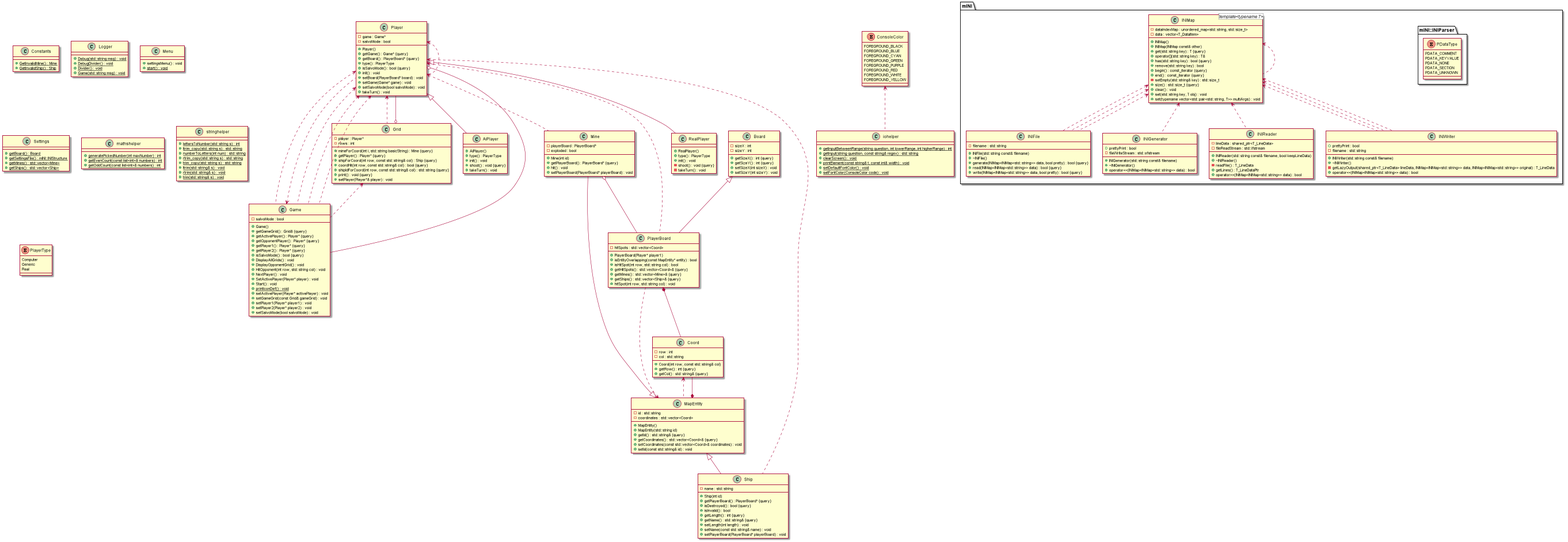
This is diagrams/uml.png from Alexr03/AdaShip, a PlantUML export, as it was before one commit.
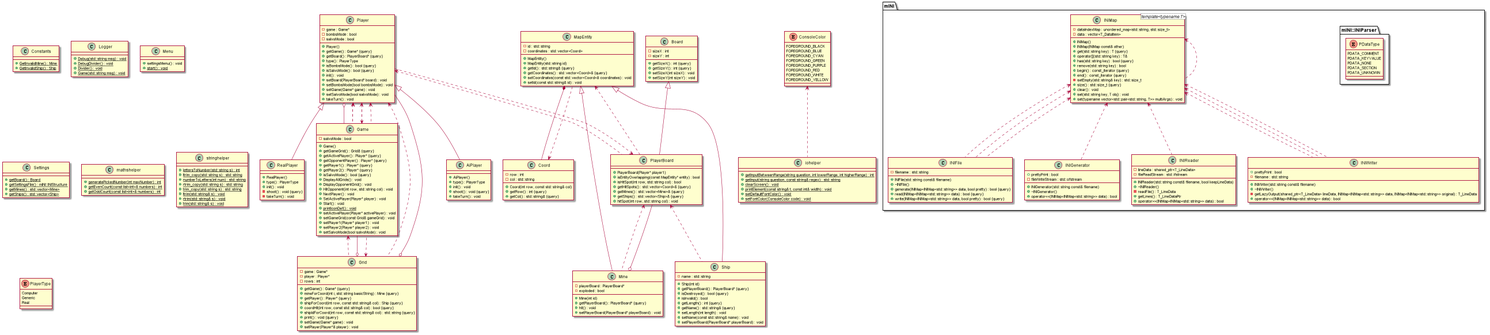
Later version of the same file.

Diff of the diagram source:
```diff
@@ -64,6 +64,8 @@
 
 
 class Grid {
+	-game : Game*
+	+getGame() : Game* {query}
 	+mineForCoord(int i, std::string basicString) : Mine {query}
 	+getPlayer() : Player* {query}
 	-player : Player*
@@ -72,6 +74,7 @@
 	-rows : int
 	+shipIdForCoord(int row, const std::string& col) : std::string {query}
 	+print() : void {query}
+	+setGame(Game* game) : void
 	+setPlayer(Player*& player) : void
 }
 
@@ -116,7 +119,6 @@
 	+PlayerBoard(Player* player1)
 	+isEntityOverlapping(const MapEntity* entity) : bool
 	+isHitSpot(int row, std::string col) : bool
-	-hitSpots : std::vector<Coord>
 	+getHitSpots() : std::vector<Coord>& {query}
 	+getMines() : std::vector<Mine>& {query}
 	+getShips() : std::vector<Ship>& {query}
@@ -209,10 +211,13 @@
 	+getGame() : Game* {query}
 	+getBoard() : PlayerBoard* {query}
 	+type() : PlayerType
+	-bombsMode : bool
+	+isBombsMode() : bool {query}
 	+isSalvoMode() : bool {query}
 	-salvoMode : bool
 	+init() : void
 	+setBoard(PlayerBoard* board) : void
+	+setBombsMode(bool bombsMode) : void
 	+setGame(Game* game) : void
 	+setSalvoMode(bool salvoMode) : void
 	+takeTurn() : void
@@ -309,6 +314,9 @@
 
 
 
+.Grid o-- .Game
+
+
 .Grid o-- .Player
 
 
@@ -321,9 +329,6 @@
 .Player o-- .Game
 
 
-.PlayerBoard *-- .Coord
-
-
 
 
 
@@ -333,6 +338,9 @@
 
 
 .Coord <.. .MapEntity
+
+
+.Game <.. .Grid
 
 
 .Game <.. .Player
@@ -386,16 +394,16 @@
 .Player <.. .Grid
 
 
-.Player <.. .Mine
-
-
-.Player <.. .Player
-
-
 .Player <.. .PlayerBoard
 
 
-.Player <.. .Ship
+.PlayerBoard <.. .Mine
+
+
+.PlayerBoard <.. .Player
+
+
+.PlayerBoard <.. .Ship
 
 
 
```
